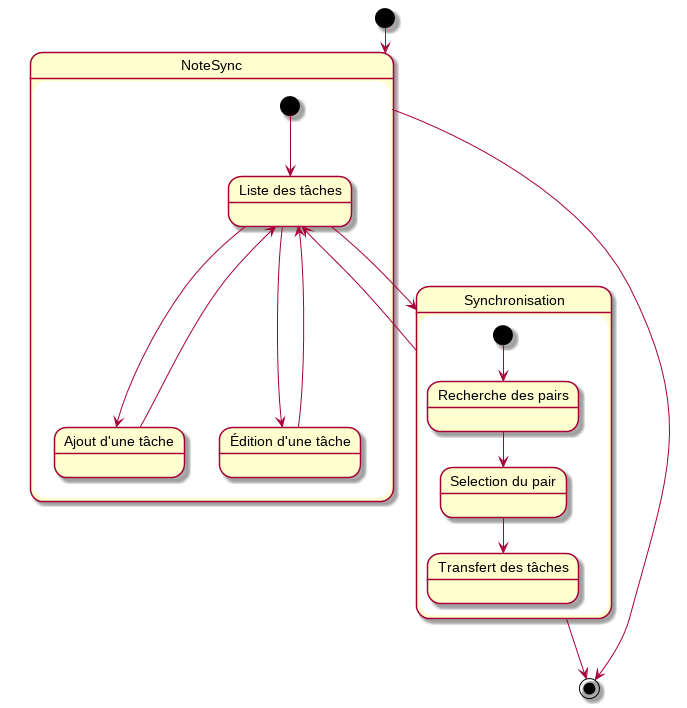
npmiller/syncarnet keeps this PlantUML diagram as uml/ui-etat-transition-sync.png. Above is the earlier version.
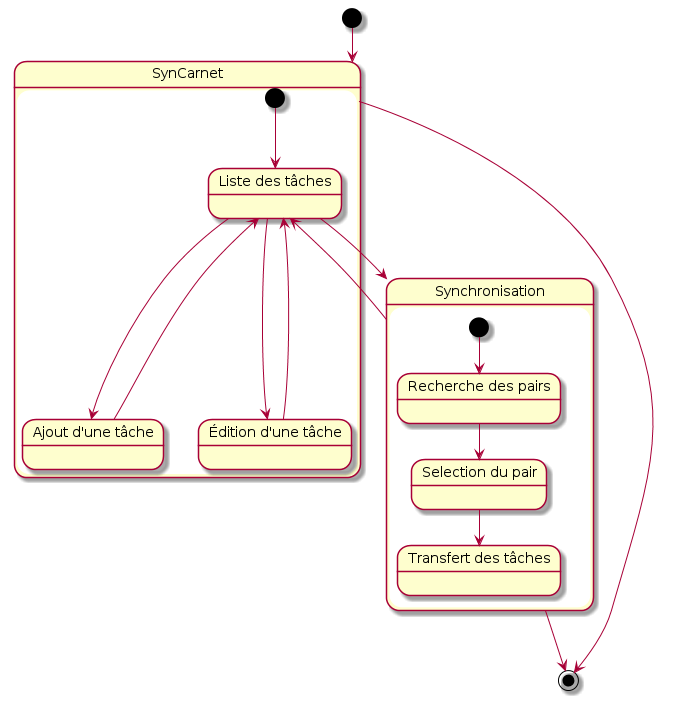
The same diagram one commit later.

Change to the diagram source:
```diff
@@ -1,7 +1,7 @@
 @startuml
-[*] --> NoteSync
+[*] --> SynCarnet
 
-state NoteSync {
+state SynCarnet {
 	state "Liste des tâches" as TaskList
 	state "Ajout d'une tâche" as TaskAdd
 	state "Édition d'une tâche" as TaskEdit
@@ -22,5 +22,5 @@
 Synchronisation --> [*]
 Synchronisation -left-> TaskList
 TaskList -right-> Synchronisation
-NoteSync --> [*]
+SynCarnet --> [*]
 @enduml
```
